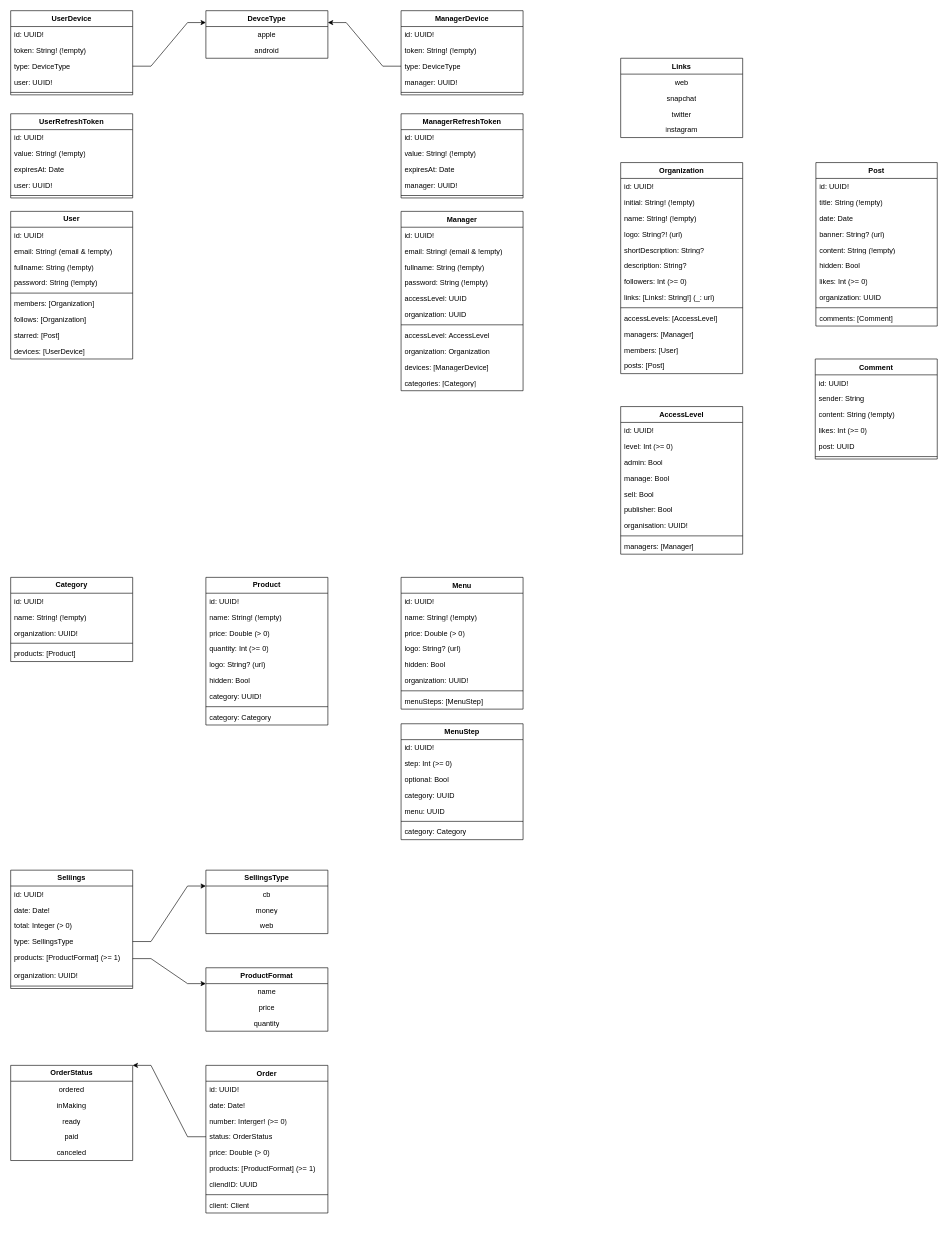
Above: Labeli DB.drawio in FlorianClaisse/drawio (draw.io), before the change. Source tidied: cells renumbered, new cells numbered last; positions are measured from the earlier drawing's top-left corner, leaving out a move shared by most shapes. Both pictures are drawn from the tidied source at 61%, with x=0, y=0 at pixel (10, 10).
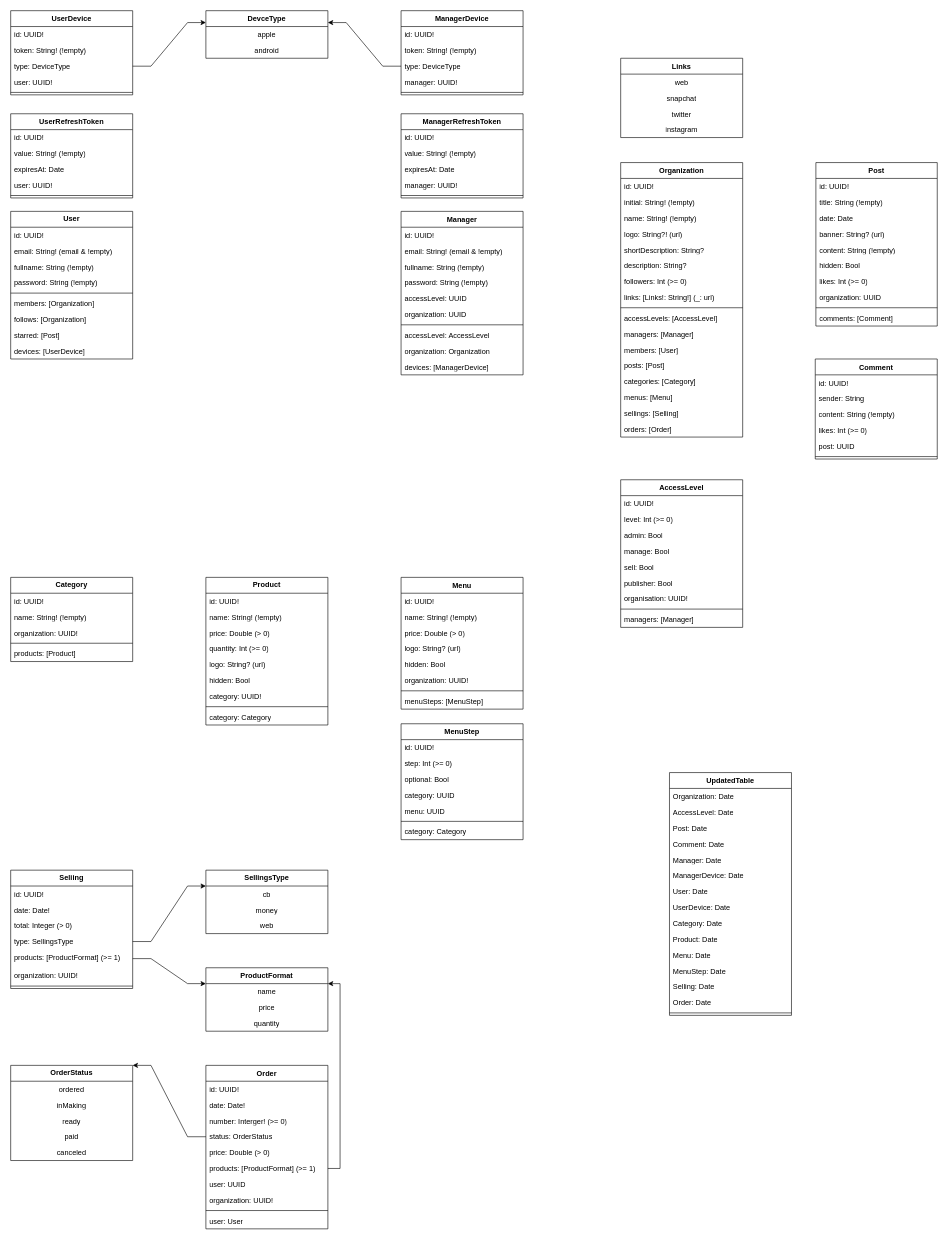
The same page after the edit.

Commit message:
Mettre à jour Labeli DB.drawio

Unchanged cells that the change refers to:
```xml
<mxCell id="81" value="products: [ProductFormat] (&amp;gt;= 1)" style="text;strokeColor=none;fillColor=none;align=left;verticalAlign=top;spacingLeft=4;spacingRight=4;overflow=hidden;points=[[0,0.5],[1,0.5]];portConstraint=eastwest;whiteSpace=wrap;html=1;" parent="75" vertex="1">
  <mxGeometry y="156" width="200" height="26" as="geometry" />
</mxCell>
<mxCell id="163" value="ProductFormat" style="swimlane;fontStyle=1;horizontal=1;startSize=26;fillColor=none;whiteSpace=wrap;html=1;align=center;" parent="1" vertex="1">
  <mxGeometry x="320" y="1569" width="200" height="104" as="geometry" />
</mxCell>
```

Diff of the diagram source:
```diff
@@
     <mxCell id="28" value="Manager" style="swimlane;fontStyle=1;align=center;verticalAlign=top;horizontal=1;startSize=26;whiteSpace=wrap;html=1;" parent="1" vertex="1">
-      <mxGeometry x="640" y="329" width="200" height="294" as="geometry" />
+      <mxGeometry x="640" y="329" width="200" height="268" as="geometry" />
     </mxCell>
@@
-    <mxCell id="39" value="categories: [Category]" style="text;strokeColor=none;fillColor=none;align=left;verticalAlign=top;spacingLeft=4;spacingRight=4;overflow=hidden;whiteSpace=wrap;html=1;" parent="28" vertex="1">
-      <mxGeometry y="268" width="200" height="26" as="geometry" />
-    </mxCell>
@@
-    <mxCell id="63" value="Seliings" style="swimlane;fontStyle=1;horizontal=1;startSize=26;fillColor=none;whiteSpace=wrap;html=1;" parent="1" vertex="1">
+    <mxCell id="63" value="Seliing" style="swimlane;fontStyle=1;horizontal=1;startSize=26;fillColor=none;whiteSpace=wrap;html=1;" parent="1" vertex="1">
       <mxGeometry y="1409" width="200" height="194" as="geometry" />
     </mxCell>
@@
     <mxCell id="75" value="Order" style="swimlane;fontStyle=1;align=center;verticalAlign=top;horizontal=1;startSize=26;whiteSpace=wrap;html=1;" parent="1" vertex="1">
-      <mxGeometry x="320" y="1729" width="200" height="242" as="geometry" />
+      <mxGeometry x="320" y="1729" width="200" height="268" as="geometry" />
     </mxCell>
@@
-    <mxCell id="82" value="cliendID: UUID" style="text;strokeColor=none;fillColor=none;align=left;verticalAlign=top;spacingLeft=4;spacingRight=4;overflow=hidden;whiteSpace=wrap;html=1;" parent="75" vertex="1">
+    <mxCell id="82" value="user: UUID" style="text;strokeColor=none;fillColor=none;align=left;verticalAlign=top;spacingLeft=4;spacingRight=4;overflow=hidden;whiteSpace=wrap;html=1;" parent="75" vertex="1">
       <mxGeometry y="182" width="200" height="26" as="geometry" />
     </mxCell>
+    <mxCell id="168" value="organization: UUID!" style="text;strokeColor=none;fillColor=none;align=left;verticalAlign=top;spacingLeft=4;spacingRight=4;overflow=hidden;whiteSpace=wrap;html=1;" parent="75" vertex="1">
+      <mxGeometry y="208" width="200" height="26" as="geometry" />
+    </mxCell>
     <mxCell id="83" style="line;strokeWidth=1;fillColor=none;align=left;verticalAlign=middle;spacingTop=-1;spacingLeft=3;spacingRight=3;labelPosition=right;strokeColor=inherit;" parent="75" vertex="1">
-      <mxGeometry y="208" width="200" height="8" as="geometry" />
+      <mxGeometry y="234" width="200" height="8" as="geometry" />
     </mxCell>
-    <mxCell id="84" value="client: Client" style="text;strokeColor=none;fillColor=none;align=left;verticalAlign=top;spacingLeft=4;spacingRight=4;overflow=hidden;whiteSpace=wrap;html=1;" parent="75" vertex="1">
-      <mxGeometry y="216" width="200" height="26" as="geometry" />
+    <mxCell id="84" value="user: User" style="text;strokeColor=none;fillColor=none;align=left;verticalAlign=top;spacingLeft=4;spacingRight=4;overflow=hidden;whiteSpace=wrap;html=1;" parent="75" vertex="1">
+      <mxGeometry y="242" width="200" height="26" as="geometry" />
     </mxCell>
@@
     <mxCell id="91" value="Organization" style="swimlane;fontStyle=1;align=center;verticalAlign=top;horizontal=1;startSize=26;whiteSpace=wrap;html=1;" parent="1" vertex="1">
-      <mxGeometry x="1000" y="249" width="200" height="346" as="geometry" />
+      <mxGeometry x="1000" y="249" width="200" height="450" as="geometry" />
     </mxCell>
@@
+    <mxCell id="39" value="categories: [Category]" style="text;strokeColor=none;fillColor=none;align=left;verticalAlign=top;spacingLeft=4;spacingRight=4;overflow=hidden;whiteSpace=wrap;html=1;" parent="91" vertex="1">
+      <mxGeometry y="346" width="200" height="26" as="geometry" />
+    </mxCell>
+    <mxCell id="169" value="menus: [Menu]" style="text;strokeColor=none;fillColor=none;align=left;verticalAlign=top;spacingLeft=4;spacingRight=4;overflow=hidden;whiteSpace=wrap;html=1;" parent="91" vertex="1">
+      <mxGeometry y="372" width="200" height="26" as="geometry" />
+    </mxCell>
+    <mxCell id="170" value="sellings: [Selling]" style="text;strokeColor=none;fillColor=none;align=left;verticalAlign=top;spacingLeft=4;spacingRight=4;overflow=hidden;whiteSpace=wrap;html=1;" parent="91" vertex="1">
+      <mxGeometry y="398" width="200" height="26" as="geometry" />
+    </mxCell>
+    <mxCell id="171" value="orders: [Order]" style="text;strokeColor=none;fillColor=none;align=left;verticalAlign=top;spacingLeft=4;spacingRight=4;overflow=hidden;whiteSpace=wrap;html=1;" parent="91" vertex="1">
+      <mxGeometry y="424" width="200" height="26" as="geometry" />
+    </mxCell>
@@
     <mxCell id="128" value="AccessLevel" style="swimlane;fontStyle=1;align=center;verticalAlign=top;horizontal=1;startSize=26;whiteSpace=wrap;html=1;" parent="1" vertex="1">
-      <mxGeometry x="1000" y="649" width="200" height="242" as="geometry" />
+      <mxGeometry x="1000" y="769" width="200" height="242" as="geometry" />
     </mxCell>
@@
+    <mxCell id="172" style="edgeStyle=orthogonalEdgeStyle;rounded=0;jettySize=auto;html=1;exitX=1;exitY=0.5;exitDx=0;exitDy=0;entryX=1;entryY=0.25;entryDx=0;entryDy=0;" parent="1" edge="1" source="81" target="163">
+      <mxGeometry relative="1" as="geometry" />
+    </mxCell>
+    <mxCell id="173" value="UpdatedTable" style="swimlane;fontStyle=1;align=center;verticalAlign=top;horizontal=1;startSize=26;whiteSpace=wrap;html=1;" parent="1" vertex="1">
+      <mxGeometry x="1080" y="1249" width="200" height="398" as="geometry" />
+    </mxCell>
+    <mxCell id="174" value="Organization: Date" style="text;strokeColor=none;fillColor=none;align=left;verticalAlign=top;spacingLeft=4;spacingRight=4;overflow=hidden;whiteSpace=wrap;html=1;" parent="173" vertex="1">
+      <mxGeometry y="26" width="200" height="26" as="geometry" />
+    </mxCell>
+    <mxCell id="175" value="AccessLevel: Date" style="text;strokeColor=none;fillColor=none;align=left;verticalAlign=top;spacingLeft=4;spacingRight=4;overflow=hidden;whiteSpace=wrap;html=1;" parent="173" vertex="1">
+      <mxGeometry y="52" width="200" height="26" as="geometry" />
+    </mxCell>
+    <mxCell id="176" value="Post: Date" style="text;strokeColor=none;fillColor=none;align=left;verticalAlign=top;spacingLeft=4;spacingRight=4;overflow=hidden;whiteSpace=wrap;html=1;" parent="173" vertex="1">
+      <mxGeometry y="78" width="200" height="26" as="geometry" />
+    </mxCell>
+    <mxCell id="177" value="Comment: Date" style="text;strokeColor=none;fillColor=none;align=left;verticalAlign=top;spacingLeft=4;spacingRight=4;overflow=hidden;whiteSpace=wrap;html=1;" parent="173" vertex="1">
+      <mxGeometry y="104" width="200" height="26" as="geometry" />
+    </mxCell>
+    <mxCell id="178" value="Manager: Date" style="text;strokeColor=none;fillColor=none;align=left;verticalAlign=top;spacingLeft=4;spacingRight=4;overflow=hidden;whiteSpace=wrap;html=1;" parent="173" vertex="1">
+      <mxGeometry y="130" width="200" height="26" as="geometry" />
+    </mxCell>
+    <mxCell id="179" value="ManagerDevice: Date" style="text;strokeColor=none;fillColor=none;align=left;verticalAlign=top;spacingLeft=4;spacingRight=4;overflow=hidden;whiteSpace=wrap;html=1;" parent="173" vertex="1">
+      <mxGeometry y="156" width="200" height="26" as="geometry" />
+    </mxCell>
+    <mxCell id="180" value="User: Date" style="text;strokeColor=none;fillColor=none;align=left;verticalAlign=top;spacingLeft=4;spacingRight=4;overflow=hidden;whiteSpace=wrap;html=1;" parent="173" vertex="1">
+      <mxGeometry y="182" width="200" height="26" as="geometry" />
+    </mxCell>
+    <mxCell id="181" value="UserDevice: Date" style="text;strokeColor=none;fillColor=none;align=left;verticalAlign=top;spacingLeft=4;spacingRight=4;overflow=hidden;whiteSpace=wrap;html=1;" parent="173" vertex="1">
+      <mxGeometry y="208" width="200" height="26" as="geometry" />
+    </mxCell>
+    <mxCell id="182" value="Category: Date" style="text;strokeColor=none;fillColor=none;align=left;verticalAlign=top;spacingLeft=4;spacingRight=4;overflow=hidden;whiteSpace=wrap;html=1;" parent="173" vertex="1">
+      <mxGeometry y="234" width="200" height="26" as="geometry" />
+    </mxCell>
+    <mxCell id="183" value="Product: Date" style="text;strokeColor=none;fillColor=none;align=left;verticalAlign=top;spacingLeft=4;spacingRight=4;overflow=hidden;whiteSpace=wrap;html=1;" parent="173" vertex="1">
+      <mxGeometry y="260" width="200" height="26" as="geometry" />
+    </mxCell>
+    <mxCell id="184" value="Menu: Date" style="text;strokeColor=none;fillColor=none;align=left;verticalAlign=top;spacingLeft=4;spacingRight=4;overflow=hidden;whiteSpace=wrap;html=1;" parent="173" vertex="1">
+      <mxGeometry y="286" width="200" height="26" as="geometry" />
+    </mxCell>
+    <mxCell id="185" value="MenuStep: Date" style="text;strokeColor=none;fillColor=none;align=left;verticalAlign=top;spacingLeft=4;spacingRight=4;overflow=hidden;whiteSpace=wrap;html=1;" parent="173" vertex="1">
+      <mxGeometry y="312" width="200" height="26" as="geometry" />
+    </mxCell>
+    <mxCell id="186" value="Selling: Date" style="text;strokeColor=none;fillColor=none;align=left;verticalAlign=top;spacingLeft=4;spacingRight=4;overflow=hidden;whiteSpace=wrap;html=1;" parent="173" vertex="1">
+      <mxGeometry y="338" width="200" height="26" as="geometry" />
+    </mxCell>
+    <mxCell id="187" value="Order: Date" style="text;strokeColor=none;fillColor=none;align=left;verticalAlign=top;spacingLeft=4;spacingRight=4;overflow=hidden;whiteSpace=wrap;html=1;" parent="173" vertex="1">
+      <mxGeometry y="364" width="200" height="26" as="geometry" />
+    </mxCell>
+    <mxCell id="188" style="line;strokeWidth=1;fillColor=none;align=left;verticalAlign=middle;spacingTop=-1;spacingLeft=3;spacingRight=3;labelPosition=right;strokeColor=inherit;" parent="173" vertex="1">
+      <mxGeometry y="390" width="200" height="8" as="geometry" />
+    </mxCell>
```
